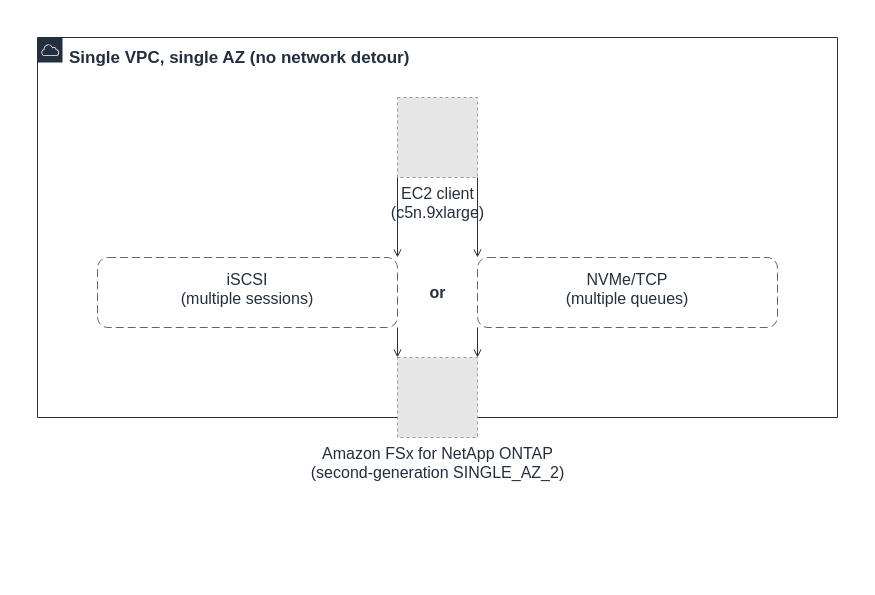
Above: docs/_assets/diagrams/s3burst-block-a-sessions-en.drawio in Yoshiki0705/S3-Burst-on-ONTAP-Files (draw.io), before the change. Source tidied: cells renumbered, new cells numbered last; positions are measured from the earlier drawing's top-left corner, leaving out a move shared by most shapes. Both pictures are drawn from the tidied source at 100%, with x=0, y=0 at pixel (37, 37). Pictures stored in the file or linked from it are replaced by grey dashed boxes.
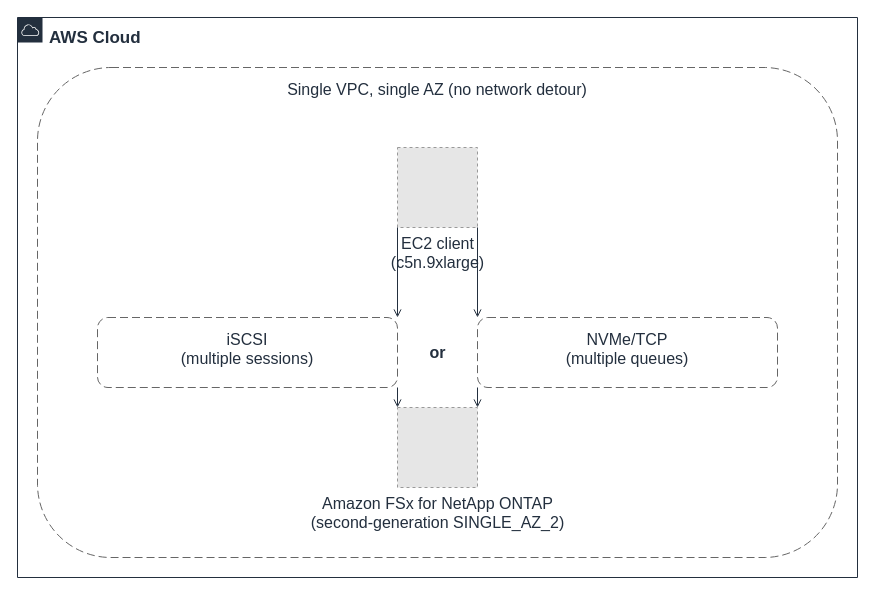
After the change.

What changed in the source:
```diff
@@
 <mxGraphModel>
   <root>
     <mxCell id="0" />
     <mxCell id="1" parent="0" />
+    <mxCell id="12" value="AWS Cloud" style="gradientColor=none;html=1;whiteSpace=wrap;fontSize=17;fontStyle=1;fontColor=#232F3E;shape=mxgraph.aws4.group;grIcon=mxgraph.aws4.group_aws_cloud;strokeColor=#232F3E;fillColor=none;verticalAlign=top;align=left;spacingLeft=30;spacingTop=4;dashed=0;" parent="1" vertex="1">
+      <mxGeometry x="-20" y="-20" width="840" height="560" as="geometry" />
+    </mxCell>
-    <mxCell id="2" value="Single VPC, single AZ (no network detour)" style="gradientColor=none;html=1;whiteSpace=wrap;fontSize=17;fontStyle=1;fontColor=#232F3E;shape=mxgraph.aws4.group;grIcon=mxgraph.aws4.group_aws_cloud;strokeColor=#232F3E;fillColor=none;verticalAlign=top;align=left;spacingLeft=30;spacingTop=4;dashed=0;" parent="1" vertex="1">
-      <mxGeometry width="800" height="380" as="geometry" />
+    <mxCell id="2" value="Single VPC, single AZ (no network detour)" style="rounded=1;whiteSpace=wrap;html=1;dashed=1;dashPattern=8 4;strokeColor=#666666;fillColor=none;fontColor=#232F3E;fontSize=16;verticalAlign=top;align=center;spacingTop=6;" parent="1" vertex="1">
+      <mxGeometry y="30" width="800" height="490" as="geometry" />
     </mxCell>
     <mxCell id="3" value="iSCSI&#10;(multiple sessions)" style="rounded=1;whiteSpace=wrap;html=1;dashed=1;dashPattern=8 4;strokeColor=#666666;fillColor=none;fontColor=#232F3E;fontSize=16;verticalAlign=top;align=center;spacingTop=6;" parent="1" vertex="1">
-      <mxGeometry x="60" y="220" width="300" height="70" as="geometry" />
+      <mxGeometry x="60" y="280" width="300" height="70" as="geometry" />
     </mxCell>
     <mxCell id="4" value="NVMe/TCP&#10;(multiple queues)" style="rounded=1;whiteSpace=wrap;html=1;dashed=1;dashPattern=8 4;strokeColor=#666666;fillColor=none;fontColor=#232F3E;fontSize=16;verticalAlign=top;align=center;spacingTop=6;" parent="1" vertex="1">
-      <mxGeometry x="440" y="220" width="300" height="70" as="geometry" />
+      <mxGeometry x="440" y="280" width="300" height="70" as="geometry" />
     </mxCell>
     <mxCell id="5" value="or" style="text;html=1;strokeColor=none;fillColor=none;align=center;verticalAlign=middle;fontSize=16;fontStyle=1;fontColor=#232F3E;" parent="1" vertex="1">
-      <mxGeometry x="370" y="245" width="60" height="20" as="geometry" />
+      <mxGeometry x="370" y="305" width="60" height="20" as="geometry" />
     </mxCell>
     <mxCell id="6" value="EC2 client&#10;(c5n.9xlarge)" style="fillColor=#E6E6E6;strokeColor=#999999;dashed=1;html=1;verticalLabelPosition=bottom;verticalAlign=top;labelPosition=center;align=center;fontSize=16;fontColor=#232F3E;" parent="1" vertex="1">
-      <mxGeometry x="360" y="60" width="80" height="80" as="geometry" />
+      <mxGeometry x="360" y="110" width="80" height="80" as="geometry" />
     </mxCell>
     <mxCell id="7" value="Amazon FSx for NetApp ONTAP&#10;(second-generation SINGLE_AZ_2)" style="fillColor=#E6E6E6;strokeColor=#999999;dashed=1;html=1;verticalLabelPosition=bottom;verticalAlign=top;labelPosition=center;align=center;fontSize=16;fontColor=#232F3E;" parent="1" vertex="1">
-      <mxGeometry x="360" y="320" width="80" height="80" as="geometry" />
+      <mxGeometry x="360" y="370" width="80" height="80" as="geometry" />
     </mxCell>
     <mxCell id="8" style="edgeStyle=orthogonalEdgeStyle;rounded=0;html=1;endArrow=open;endFill=0;strokeColor=#232F3E;strokeWidth=1;fontSize=16;fontColor=#232F3E;exitX=0.0;exitY=1.0;exitDx=0;exitDy=0;entryX=1.0;entryY=0.0;entryDx=0;entryDy=0;" parent="1" edge="1" source="6" target="3">
       <mxGeometry relative="1" as="geometry" />
     </mxCell>
     <mxCell id="9" style="edgeStyle=orthogonalEdgeStyle;rounded=0;html=1;endArrow=open;endFill=0;strokeColor=#232F3E;strokeWidth=1;fontSize=16;fontColor=#232F3E;exitX=1.0;exitY=1.0;exitDx=0;exitDy=0;entryX=0.0;entryY=0.0;entryDx=0;entryDy=0;" parent="1" edge="1" source="6" target="4">
       <mxGeometry relative="1" as="geometry" />
     </mxCell>
     <mxCell id="10" style="edgeStyle=orthogonalEdgeStyle;rounded=0;html=1;endArrow=open;endFill=0;strokeColor=#232F3E;strokeWidth=1;fontSize=16;fontColor=#232F3E;exitX=1.0;exitY=1.0;exitDx=0;exitDy=0;entryX=0.0;entryY=0.0;entryDx=0;entryDy=0;" parent="1" edge="1" source="3" target="7">
       <mxGeometry relative="1" as="geometry" />
     </mxCell>
     <mxCell id="11" style="edgeStyle=orthogonalEdgeStyle;rounded=0;html=1;endArrow=open;endFill=0;strokeColor=#232F3E;strokeWidth=1;fontSize=16;fontColor=#232F3E;exitX=0.0;exitY=1.0;exitDx=0;exitDy=0;entryX=1.0;entryY=0.0;entryDx=0;entryDy=0;" parent="1" edge="1" source="4" target="7">
       <mxGeometry relative="1" as="geometry" />
     </mxCell>
   </root>
 </mxGraphModel>
```
